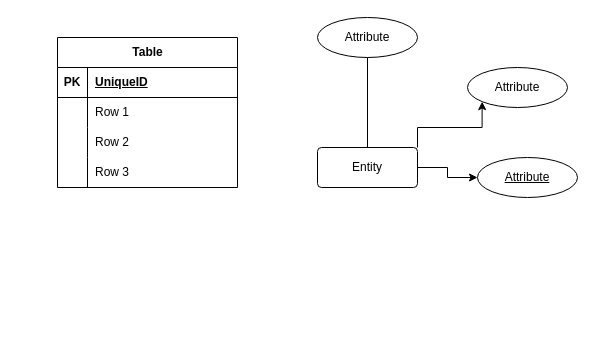
Before: Untitled Diagram.drawio in itsfadymate/Customer-Data-Management-System, a draw.io diagram. Source tidied: cells renumbered, new cells numbered last; positions are measured from the earlier drawing's top-left corner, leaving out a move shared by most shapes. Both pictures are drawn from the tidied source at 100%, with x=0, y=0 at pixel (57, 17).
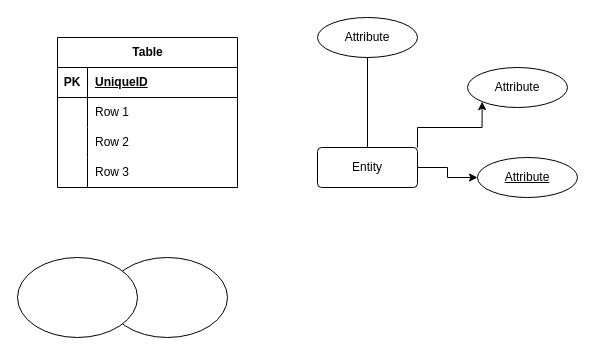
The same page after the edit.

What changed in the source:
```diff
@@
+    <mxCell id="22" style="ellipse;whiteSpace=wrap;html=1;" parent="1" vertex="1">
+      <mxGeometry x="50" y="240" width="120" height="80" as="geometry" />
+    </mxCell>
+    <mxCell id="23" style="ellipse;whiteSpace=wrap;html=1;" parent="1" vertex="1">
+      <mxGeometry x="-40" y="240" width="120" height="80" as="geometry" />
+    </mxCell>
```
